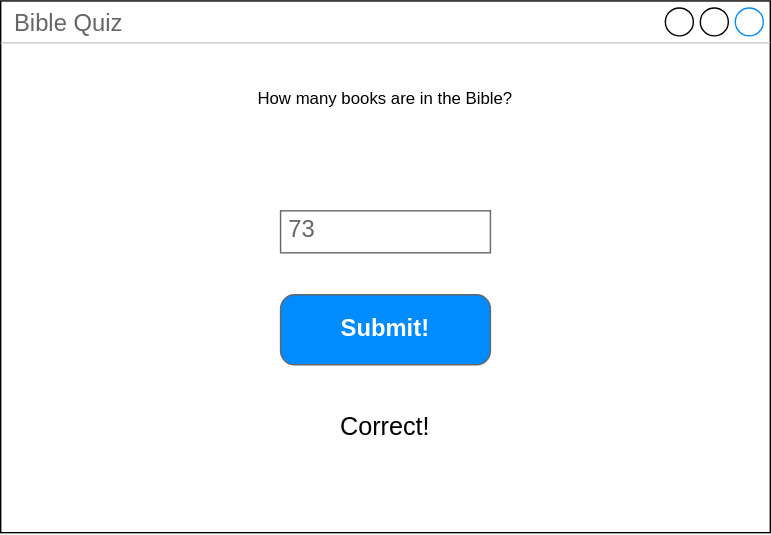
Earlier version of the draw.io export gui.drawio.svg (Dekoder-py-school/bible_quiz_gui). Source tidied: cells renumbered, new cells last; positions are measured from the earlier drawing's top-left corner, leaving out a move shared by most shapes.
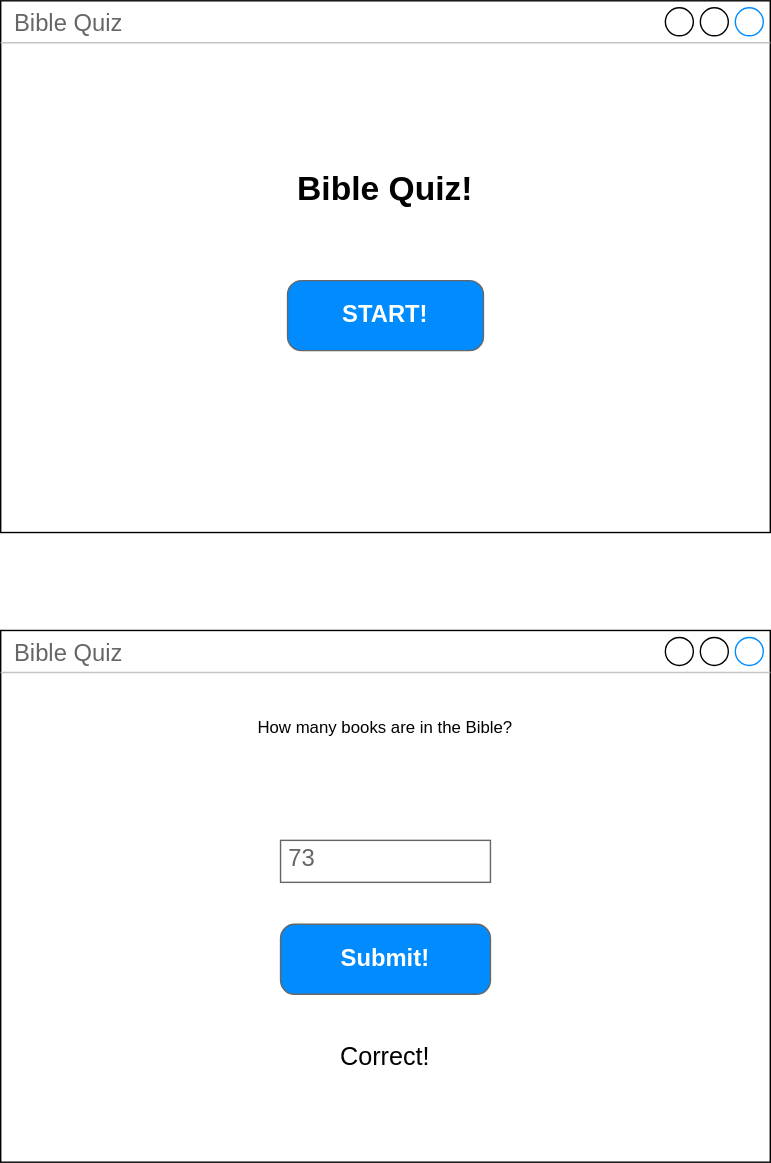
After the change.

Commit message:
add start screen

Diff of the diagram source:
```diff
@@ -17,5 +17,14 @@
     <mxCell id="6" value="73" style="strokeWidth=1;shadow=0;dashed=0;align=center;html=1;shape=mxgraph.mockup.text.textBox;fontColor=#666666;align=left;fontSize=17;spacingLeft=4;spacingTop=-3;whiteSpace=wrap;strokeColor=#666666;mainText=;" parent="1" vertex="1">
       <mxGeometry x="200" y="150" width="150" height="30" as="geometry" />
     </mxCell>
+    <mxCell id="7" value="Bible Quiz" style="strokeWidth=1;shadow=0;dashed=0;align=center;html=1;shape=mxgraph.mockup.containers.window;align=left;verticalAlign=top;spacingLeft=8;strokeColor2=#008cff;strokeColor3=#c4c4c4;fontColor=#666666;mainText=;fontSize=17;labelBackgroundColor=none;whiteSpace=wrap;" parent="1" vertex="1">
+      <mxGeometry y="-450" width="550" height="380" as="geometry" />
+    </mxCell>
+    <mxCell id="8" value="START!" style="strokeWidth=1;shadow=0;dashed=0;align=center;html=1;shape=mxgraph.mockup.buttons.button;strokeColor=#666666;fontColor=#ffffff;mainText=;buttonStyle=round;fontSize=17;fontStyle=1;fillColor=#008cff;whiteSpace=wrap;" parent="1" vertex="1">
+      <mxGeometry x="205" y="-250" width="140" height="50" as="geometry" />
+    </mxCell>
+    <mxCell id="9" value="Bible Quiz!" style="text;html=1;align=center;verticalAlign=middle;whiteSpace=wrap;rounded=0;fontSize=24;fontStyle=1;" parent="1" vertex="1">
+      <mxGeometry x="185" y="-330" width="180" height="30" as="geometry" />
+    </mxCell>
   </root>
 </mxGraphModel>
```
